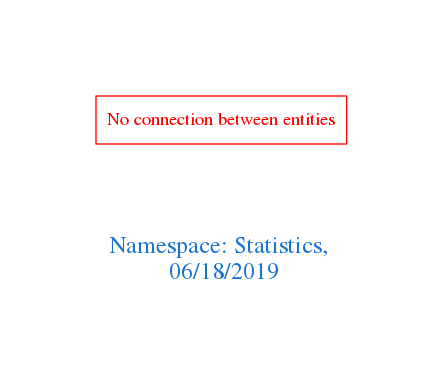
Above: downloads/Statistics.png in arago/OGIT (Graphviz), before the change. Its source is kept beside it as downloads/Statistics.dot.
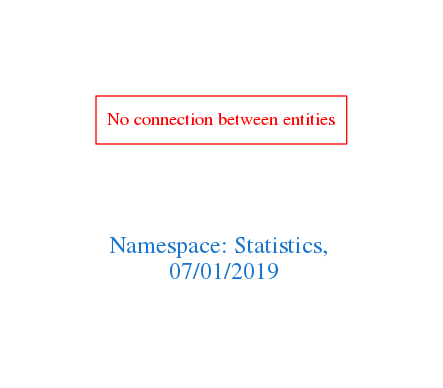
The same file after the commit.

The edit, as a diff of the source:
```diff
@@ -1,7 +1,7 @@
 digraph OGIT_ontology {
  graph [ rankdir= LR,pad=1
 fontsize = 18,
-fontcolor= dodgerblue3,label = "\n\n\nNamespace: Statistics, \n 06/18/2019"];
+fontcolor= dodgerblue3,label = "\n\n\nNamespace: Statistics, \n 07/01/2019"];
 node[shape=polygon];
 edge [  color="gray81"];
 
```
